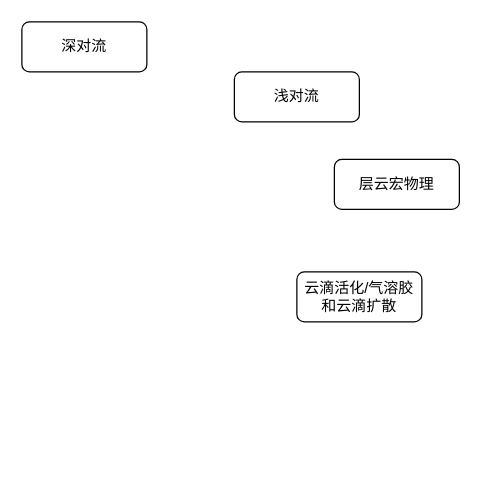
Above: CAM5-schematic.drawio in qinyia/drawio.output (draw.io), before the change. Source tidied: cells renumbered, new cells numbered last; positions are measured from the earlier drawing's top-left corner, leaving out a move shared by most shapes. Both pictures are drawn from the tidied source at 125%, with x=0, y=0 at pixel (21, 21).
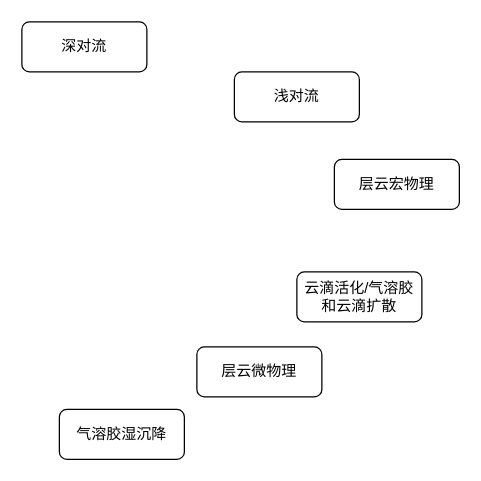
Above is the later version.

What changed in the source:
```diff
@@
 <mxGraphModel>
   <root>
     <mxCell id="0" />
     <mxCell id="1" parent="0" />
     <mxCell id="2" value="深对流" style="rounded=1;whiteSpace=wrap;html=1;" parent="1" vertex="1">
       <mxGeometry width="100" height="40" as="geometry" />
     </mxCell>
     <mxCell id="3" value="浅对流" style="rounded=1;whiteSpace=wrap;html=1;" parent="1" vertex="1">
       <mxGeometry x="170" y="40" width="100" height="40" as="geometry" />
     </mxCell>
     <mxCell id="4" value="层云宏物理" style="rounded=1;whiteSpace=wrap;html=1;" parent="1" vertex="1">
       <mxGeometry x="250" y="110" width="100" height="40" as="geometry" />
     </mxCell>
     <mxCell id="5" value="云滴活化/气溶胶和云滴扩散" style="rounded=1;whiteSpace=wrap;html=1;" parent="1" vertex="1">
       <mxGeometry x="220" y="200" width="100" height="40" as="geometry" />
     </mxCell>
+    <mxCell id="6" value="层云微物理" style="rounded=1;whiteSpace=wrap;html=1;" parent="1" vertex="1">
+      <mxGeometry x="140" y="260" width="100" height="40" as="geometry" />
+    </mxCell>
+    <mxCell id="7" value="气溶胶湿沉降" style="rounded=1;whiteSpace=wrap;html=1;" parent="1" vertex="1">
+      <mxGeometry x="30" y="310" width="100" height="40" as="geometry" />
+    </mxCell>
   </root>
 </mxGraphModel>
```
